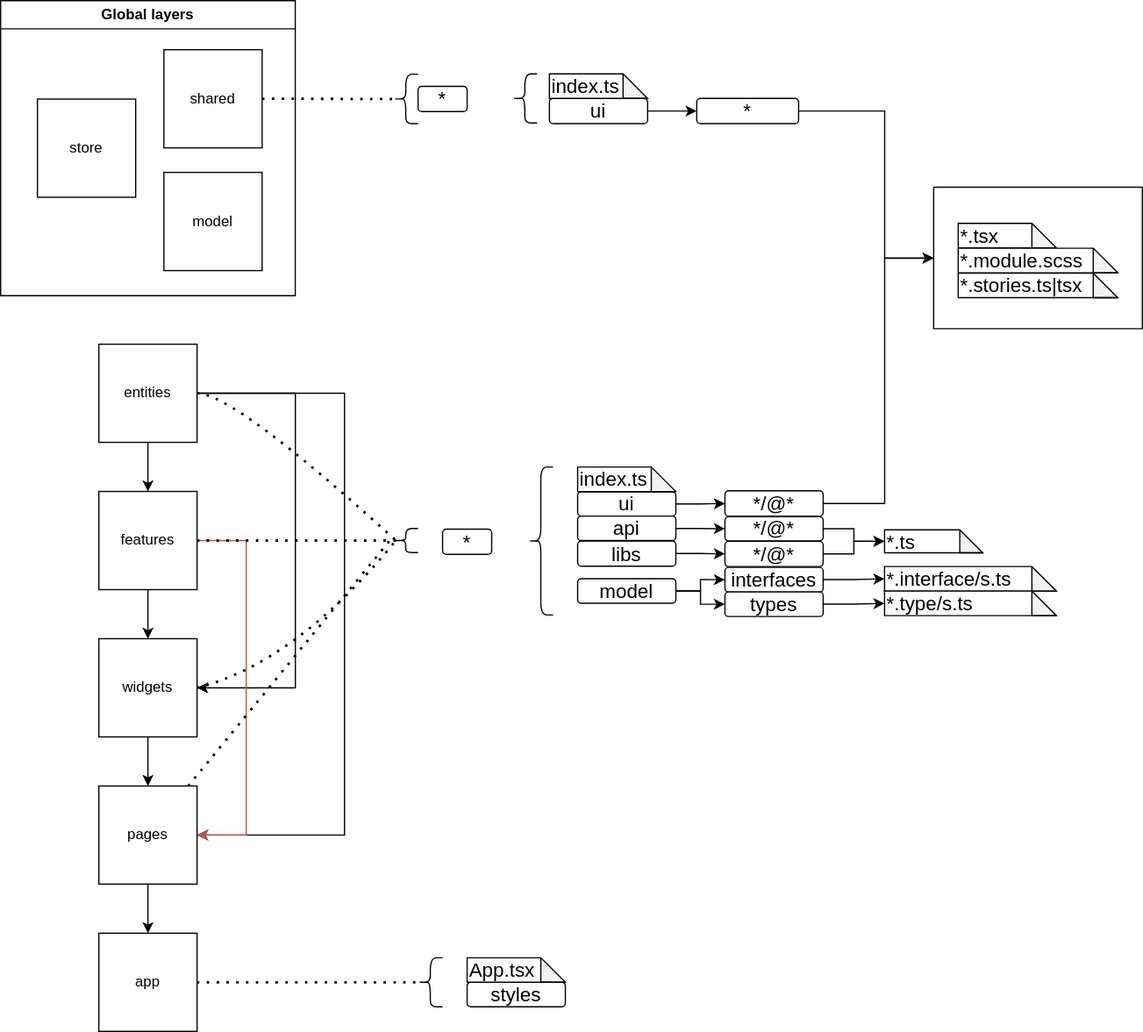
Lordpluha/GameBlog keeps this draw.io diagram as client/FSD.drawio.svg. Above is the earlier version. Source tidied: cells renumbered, new cells last; positions are measured from the earlier drawing's top-left corner, leaving out a move shared by most shapes.
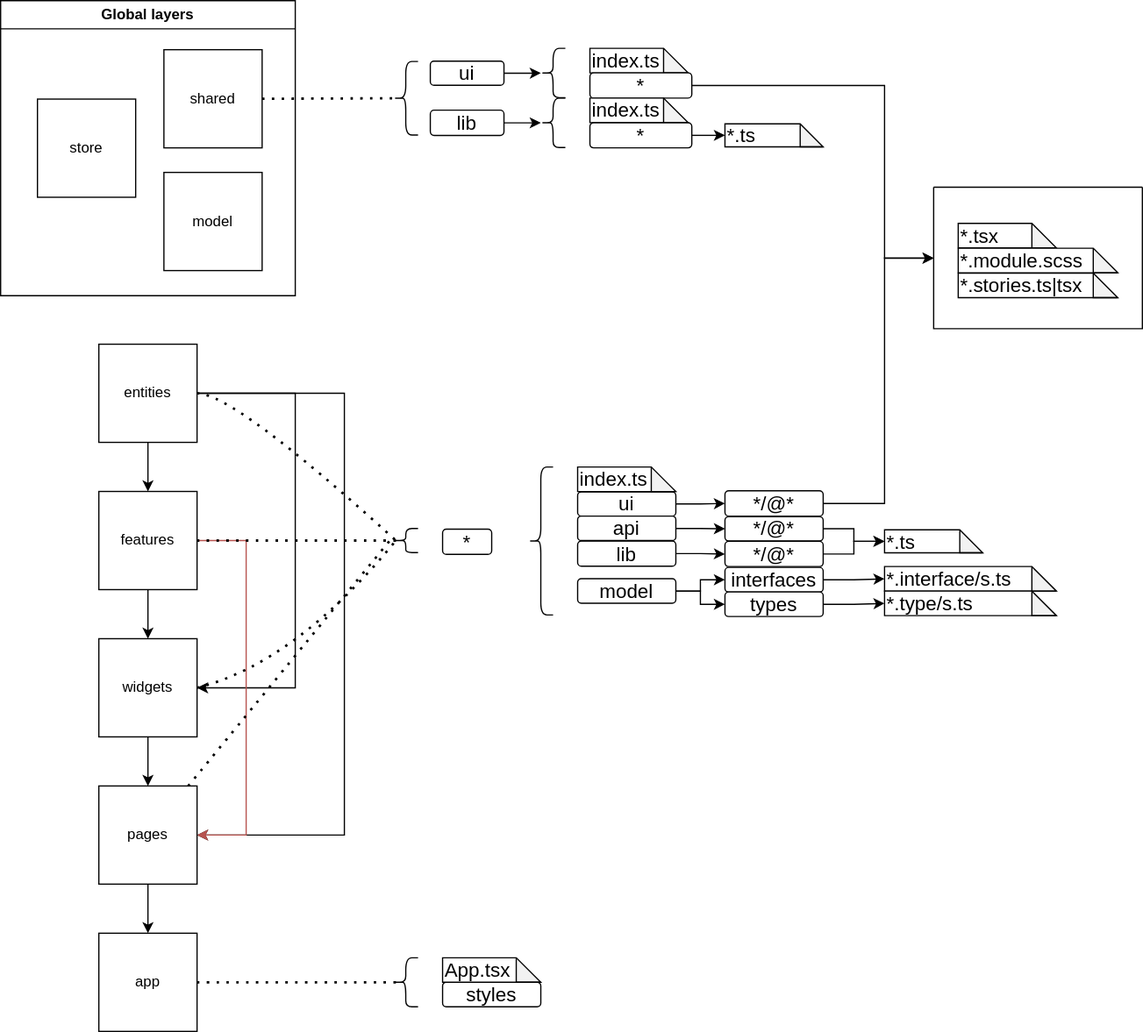
After the change.

What changed in the source:
```diff
@@ -54,7 +54,7 @@
       <mxGeometry x="80" y="760" width="80" height="80" as="geometry" />
     </mxCell>
     <mxCell id="14" style="shape=curlyBracket;whiteSpace=wrap;html=1;rounded=1;labelPosition=left;verticalLabelPosition=middle;align=right;verticalAlign=middle;fontSize=16;" parent="1" vertex="1">
-      <mxGeometry x="320" y="60" width="20" height="40.3" as="geometry" />
+      <mxGeometry x="320" y="49.6" width="20" height="60" as="geometry" />
     </mxCell>
     <mxCell id="15" style="endArrow=none;dashed=1;html=1;dashPattern=1 3;strokeWidth=2;rounded=0;fontSize=12;startSize=8;endSize=8;curved=1;exitX=1;exitY=0.5;exitDx=0;exitDy=0;entryX=0.1;entryY=0.5;entryDx=0;entryDy=0;entryPerimeter=0;" parent="1" edge="1" source="64" target="14">
       <mxGeometry relative="1" as="geometry" />
@@ -92,7 +92,7 @@
     <mxCell id="22" style="edgeStyle=orthogonalEdgeStyle;rounded=0;jettySize=auto;html=1;" parent="1" edge="1" source="23" target="58">
       <mxGeometry relative="1" as="geometry" />
     </mxCell>
-    <mxCell id="23" value="libs" style="rounded=1;whiteSpace=wrap;html=1;fontSize=16;" parent="1" vertex="1">
+    <mxCell id="23" value="lib" style="rounded=1;whiteSpace=wrap;html=1;fontSize=16;" parent="1" vertex="1">
       <mxGeometry x="470" y="440.3" width="80" height="20.6" as="geometry" />
     </mxCell>
     <mxCell id="24" style="edgeStyle=orthogonalEdgeStyle;rounded=0;jettySize=auto;html=1;exitX=1;exitY=0.5;exitDx=0;exitDy=0;entryX=0;entryY=0.5;entryDx=0;entryDy=0;" parent="1" edge="1" source="56" target="42">
@@ -122,42 +122,25 @@
       <mxGeometry relative="1" as="geometry" />
     </mxCell>
     <mxCell id="31" style="shape=curlyBracket;whiteSpace=wrap;html=1;rounded=1;labelPosition=left;verticalLabelPosition=middle;align=right;verticalAlign=middle;fontSize=16;" parent="1" vertex="1">
-      <mxGeometry x="340" y="780" width="20" height="40" as="geometry" />
+      <mxGeometry x="320" y="780" width="20" height="40" as="geometry" />
     </mxCell>
     <mxCell id="32" style="endArrow=none;dashed=1;html=1;dashPattern=1 3;strokeWidth=2;rounded=0;fontSize=12;startSize=8;endSize=8;curved=1;entryX=0.1;entryY=0.5;entryDx=0;entryDy=0;entryPerimeter=0;exitX=1;exitY=0.5;exitDx=0;exitDy=0;" parent="1" edge="1" source="13" target="31">
       <mxGeometry relative="1" as="geometry" />
     </mxCell>
     <mxCell id="33" value="styles" style="rounded=1;whiteSpace=wrap;html=1;fontSize=16;" parent="1" vertex="1">
-      <mxGeometry x="380" y="800" width="80" height="20" as="geometry" />
+      <mxGeometry x="360" y="800" width="80" height="20" as="geometry" />
     </mxCell>
     <mxCell id="34" value="App.tsx" style="shape=note;whiteSpace=wrap;html=1;backgroundOutline=1;darkOpacity=0.05;fontSize=16;align=left;" parent="1" vertex="1">
-      <mxGeometry x="380" y="780" width="80" height="20" as="geometry" />
+      <mxGeometry x="360" y="780" width="80" height="20" as="geometry" />
     </mxCell>
-    <mxCell id="35" value="*" style="rounded=1;whiteSpace=wrap;html=1;fontSize=16;verticalAlign=middle;" parent="1" vertex="1">
-      <mxGeometry x="340" y="69.9" width="40" height="20.6" as="geometry" />
-    </mxCell>
     <mxCell id="36" value="*" style="rounded=1;whiteSpace=wrap;html=1;fontSize=16;" parent="1" vertex="1">
       <mxGeometry x="360" y="430.7" width="40" height="20.6" as="geometry" />
     </mxCell>
     <mxCell id="37" style="shape=curlyBracket;whiteSpace=wrap;html=1;rounded=1;labelPosition=left;verticalLabelPosition=middle;align=right;verticalAlign=middle;fontSize=16;" parent="1" vertex="1">
       <mxGeometry x="430" y="380.1" width="20" height="120.6" as="geometry" />
     </mxCell>
-    <mxCell id="38" style="edgeStyle=orthogonalEdgeStyle;rounded=0;jettySize=auto;html=1;" parent="1" edge="1" source="39" target="55">
-      <mxGeometry relative="1" as="geometry">
-        <Array as="points">
-          <mxPoint x="547" y="90.3" />
-          <mxPoint x="547" y="90.3" />
-        </Array>
-      </mxGeometry>
-    </mxCell>
-    <mxCell id="39" value="ui" style="rounded=1;whiteSpace=wrap;html=1;fontSize=16;verticalAlign=middle;" parent="1" vertex="1">
-      <mxGeometry x="447" y="79.7" width="80" height="20.6" as="geometry" />
-    </mxCell>
-    <mxCell id="40" style="shape=curlyBracket;whiteSpace=wrap;html=1;rounded=1;labelPosition=left;verticalLabelPosition=middle;align=right;verticalAlign=middle;fontSize=16;" parent="1" vertex="1">
-      <mxGeometry x="417" y="59.7" width="20" height="40" as="geometry" />
-    </mxCell>
     <mxCell id="41" value="index.ts" style="shape=note;whiteSpace=wrap;html=1;backgroundOutline=1;darkOpacity=0.05;fontSize=16;align=left;" parent="1" vertex="1">
-      <mxGeometry x="447" y="59.7" width="80" height="20" as="geometry" />
+      <mxGeometry x="480" y="38.9" width="80" height="20" as="geometry" />
     </mxCell>
     <mxCell id="42" style="swimlane;startSize=0;fontSize=16;" parent="1" vertex="1">
       <mxGeometry x="760" y="152.1" width="170" height="115.3" as="geometry" />
@@ -199,13 +182,13 @@
       <mxGeometry relative="1" as="geometry">
         <mxPoint x="760" y="210" as="targetPoint" />
         <Array as="points">
-          <mxPoint x="720" y="90" />
+          <mxPoint x="720" y="69" />
           <mxPoint x="720" y="210" />
         </Array>
       </mxGeometry>
     </mxCell>
     <mxCell id="55" value="*" style="rounded=1;whiteSpace=wrap;html=1;fontSize=16;verticalAlign=middle;" parent="1" vertex="1">
-      <mxGeometry x="567" y="79.7" width="83" height="20.6" as="geometry" />
+      <mxGeometry x="480" y="58.9" width="83" height="20.6" as="geometry" />
     </mxCell>
     <mxCell id="56" value="*/@*" style="rounded=1;whiteSpace=wrap;html=1;fontSize=16;verticalAlign=middle;" parent="1" vertex="1">
       <mxGeometry x="590" y="399.5" width="80" height="20.6" as="geometry" />
@@ -234,5 +217,35 @@
     <mxCell id="64" value="shared" style="whiteSpace=wrap;html=1;" parent="61" vertex="1">
       <mxGeometry x="133" y="40" width="80" height="80" as="geometry" />
     </mxCell>
+    <mxCell id="65" style="edgeStyle=orthogonalEdgeStyle;rounded=0;jettySize=auto;html=1;" parent="1" edge="1" source="66" target="71">
+      <mxGeometry relative="1" as="geometry" />
+    </mxCell>
+    <mxCell id="66" value="lib" style="rounded=1;whiteSpace=wrap;html=1;fontSize=16;" parent="1" vertex="1">
+      <mxGeometry x="350" y="89.3" width="60" height="20.6" as="geometry" />
+    </mxCell>
+    <mxCell id="67" style="edgeStyle=orthogonalEdgeStyle;rounded=0;jettySize=auto;html=1;" parent="1" edge="1" source="39" target="68">
+      <mxGeometry relative="1" as="geometry" />
+    </mxCell>
+    <mxCell id="39" value="ui" style="rounded=1;whiteSpace=wrap;html=1;fontSize=16;" parent="1" vertex="1">
+      <mxGeometry x="350" y="49.3" width="60" height="19.7" as="geometry" />
+    </mxCell>
+    <mxCell id="68" style="shape=curlyBracket;whiteSpace=wrap;html=1;rounded=1;labelPosition=left;verticalLabelPosition=middle;align=right;verticalAlign=middle;fontSize=16;" parent="1" vertex="1">
+      <mxGeometry x="440" y="38.9" width="20" height="40.3" as="geometry" />
+    </mxCell>
+    <mxCell id="69" value="index.ts" style="shape=note;whiteSpace=wrap;html=1;backgroundOutline=1;darkOpacity=0.05;fontSize=16;align=left;" parent="1" vertex="1">
+      <mxGeometry x="480" y="79.4" width="80" height="20" as="geometry" />
+    </mxCell>
+    <mxCell id="70" style="edgeStyle=orthogonalEdgeStyle;rounded=0;jettySize=auto;html=1;" parent="1" edge="1" source="35" target="72">
+      <mxGeometry relative="1" as="geometry" />
+    </mxCell>
+    <mxCell id="35" value="*" style="rounded=1;whiteSpace=wrap;html=1;fontSize=16;verticalAlign=middle;" parent="1" vertex="1">
+      <mxGeometry x="480" y="99.6" width="83" height="20.4" as="geometry" />
+    </mxCell>
+    <mxCell id="71" style="shape=curlyBracket;whiteSpace=wrap;html=1;rounded=1;labelPosition=left;verticalLabelPosition=middle;align=right;verticalAlign=middle;fontSize=16;" parent="1" vertex="1">
+      <mxGeometry x="440" y="79.4" width="20" height="40.3" as="geometry" />
+    </mxCell>
+    <mxCell id="72" value="*.ts" style="shape=note;whiteSpace=wrap;html=1;backgroundOutline=1;darkOpacity=0.05;fontSize=16;align=left;" parent="1" vertex="1">
+      <mxGeometry x="590" y="100.4" width="80" height="18.7" as="geometry" />
+    </mxCell>
   </root>
 </mxGraphModel>
```
